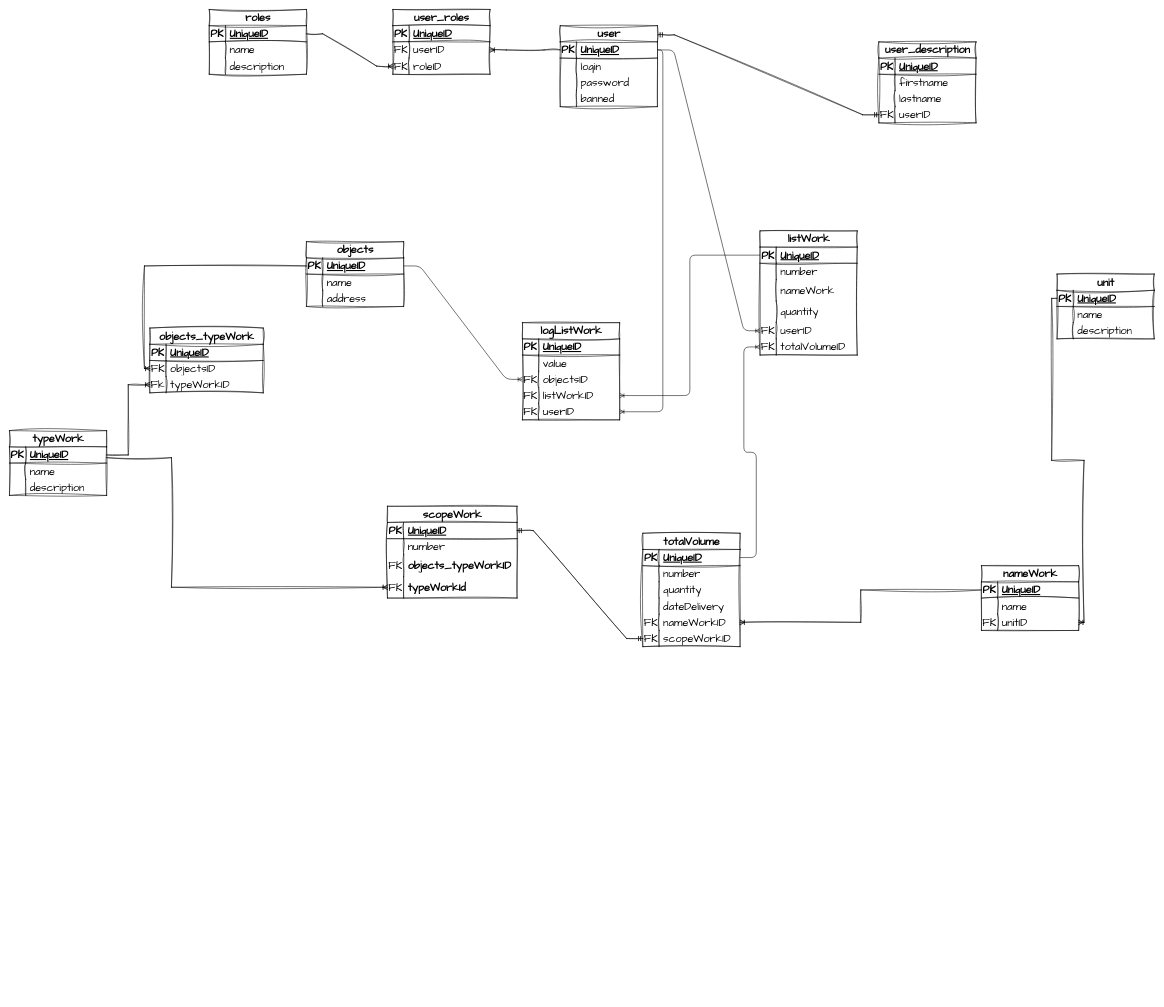
The draw.io diagram scope.drawio in roman-kiselev/scopeWork, before the edit. Source tidied: cells renumbered, new cells numbered last; positions are measured from the earlier drawing's top-left corner, leaving out a move shared by most shapes. Both pictures are drawn from the tidied source at 54%, with x=0, y=0 at pixel (9, 9).
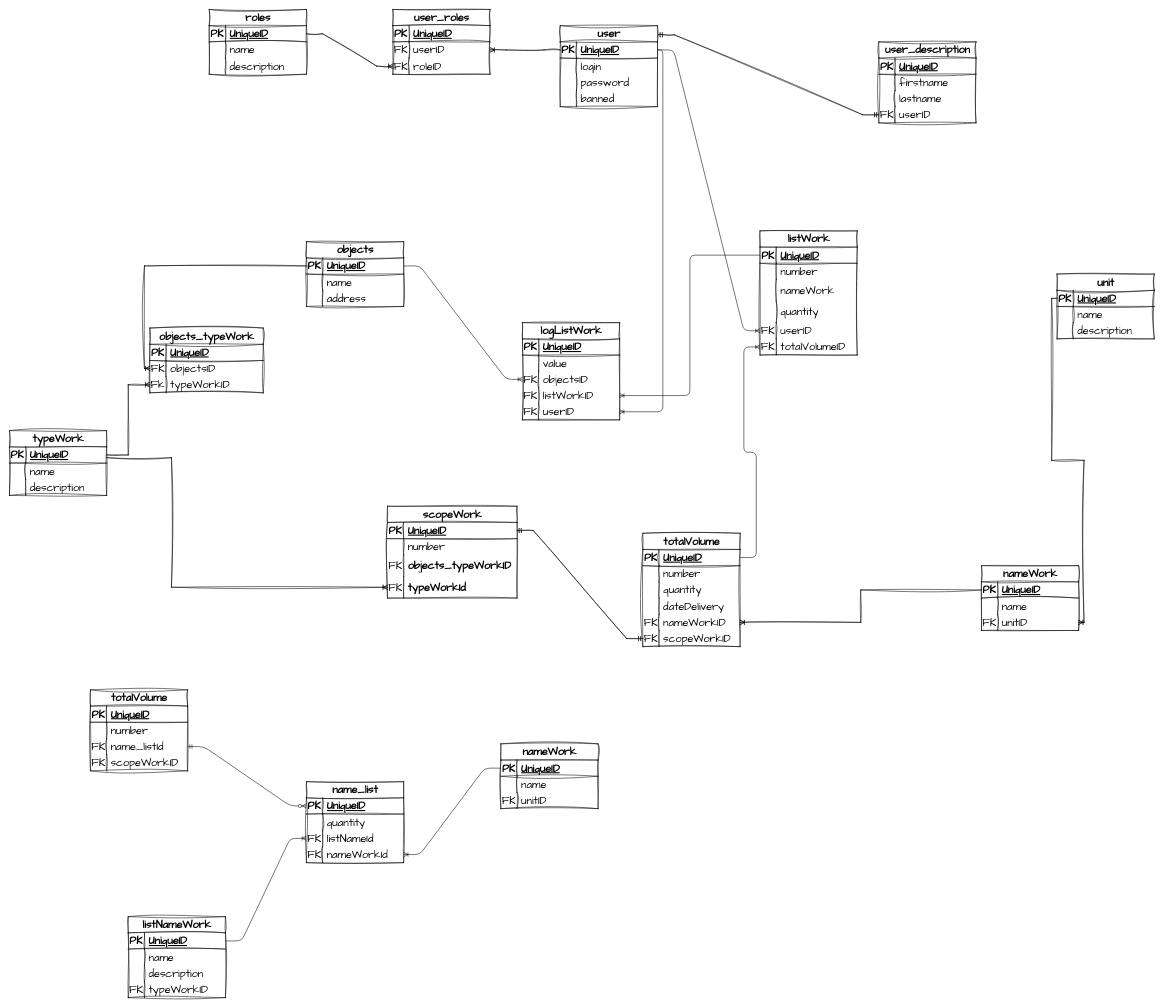
Above is the later version.

What changed in the source:
```diff
@@
+    <mxCell id="179" value="nameWork" style="shape=table;startSize=30;childLayout=tableLayout;rowLines=0;fontStyle=1;align=center;html=1;sketch=1;hachureGap=4;jiggle=2;curveFitting=1;fontFamily=Architects Daughter;fontSize=20;" parent="1" vertex="1">
+      <mxGeometry x="910" y="1360" width="180" height="120" as="geometry" />
+    </mxCell>
+    <mxCell id="180" style="shape=tableRow;horizontal=0;startSize=0;swimlaneHead=0;swimlaneBody=0;fillColor=none;points=[[0,0.5],[1,0.5]];portConstraint=eastwest;top=0;left=0;right=0;bottom=1;sketch=1;hachureGap=4;jiggle=2;curveFitting=1;fontFamily=Architects Daughter;fontSize=20;" parent="179" vertex="1">
+      <mxGeometry y="30" width="180" height="30" as="geometry" />
+    </mxCell>
+    <mxCell id="181" value="PK" style="shape=partialRectangle;fillColor=none;top=0;left=0;bottom=0;right=0;fontStyle=1;overflow=hidden;whiteSpace=wrap;html=1;sketch=1;hachureGap=4;jiggle=2;curveFitting=1;fontFamily=Architects Daughter;fontSize=20;" parent="180" vertex="1">
+      <mxGeometry width="30" height="30" as="geometry" />
+    </mxCell>
+    <mxCell id="182" value="UniqueID" style="shape=partialRectangle;fillColor=none;top=0;left=0;bottom=0;right=0;align=left;spacingLeft=6;fontStyle=5;overflow=hidden;whiteSpace=wrap;html=1;sketch=1;hachureGap=4;jiggle=2;curveFitting=1;fontFamily=Architects Daughter;fontSize=20;" parent="180" vertex="1">
+      <mxGeometry x="30" width="150" height="30" as="geometry" />
+    </mxCell>
+    <mxCell id="183" style="shape=tableRow;horizontal=0;startSize=0;swimlaneHead=0;swimlaneBody=0;fillColor=none;top=0;left=0;right=0;bottom=0;sketch=1;hachureGap=4;jiggle=2;curveFitting=1;fontFamily=Architects Daughter;fontSize=20;" parent="179" vertex="1">
+      <mxGeometry y="60" width="180" height="30" as="geometry" />
+    </mxCell>
+    <mxCell id="184" style="shape=partialRectangle;fillColor=none;top=0;left=0;bottom=0;right=0;overflow=hidden;whiteSpace=wrap;html=1;sketch=1;hachureGap=4;jiggle=2;curveFitting=1;fontFamily=Architects Daughter;fontSize=20;" parent="183" vertex="1">
+      <mxGeometry width="30" height="30" as="geometry" />
+    </mxCell>
+    <mxCell id="185" value="name" style="shape=partialRectangle;fillColor=none;top=0;left=0;bottom=0;right=0;align=left;spacingLeft=6;overflow=hidden;whiteSpace=wrap;html=1;sketch=1;hachureGap=4;jiggle=2;curveFitting=1;fontFamily=Architects Daughter;fontSize=20;" parent="183" vertex="1">
+      <mxGeometry x="30" width="150" height="30" as="geometry" />
+    </mxCell>
+    <mxCell id="186" style="shape=tableRow;horizontal=0;startSize=0;swimlaneHead=0;swimlaneBody=0;fillColor=none;top=0;left=0;right=0;bottom=0;sketch=1;hachureGap=4;jiggle=2;curveFitting=1;fontFamily=Architects Daughter;fontSize=20;" parent="179" vertex="1">
+      <mxGeometry y="90" width="180" height="30" as="geometry" />
+    </mxCell>
+    <mxCell id="187" value="FK" style="shape=partialRectangle;fillColor=none;top=0;left=0;bottom=0;right=0;overflow=hidden;whiteSpace=wrap;html=1;sketch=1;hachureGap=4;jiggle=2;curveFitting=1;fontFamily=Architects Daughter;fontSize=20;" parent="186" vertex="1">
+      <mxGeometry width="30" height="30" as="geometry" />
+    </mxCell>
+    <mxCell id="188" value="unitID" style="shape=partialRectangle;fillColor=none;top=0;left=0;bottom=0;right=0;align=left;spacingLeft=6;overflow=hidden;whiteSpace=wrap;html=1;sketch=1;hachureGap=4;jiggle=2;curveFitting=1;fontFamily=Architects Daughter;fontSize=20;" parent="186" vertex="1">
+      <mxGeometry x="30" width="150" height="30" as="geometry" />
+    </mxCell>
+    <mxCell id="189" value="totalVolume" style="shape=table;startSize=30;childLayout=tableLayout;rowLines=0;fontStyle=1;align=center;html=1;sketch=1;hachureGap=4;jiggle=2;curveFitting=1;fontFamily=Architects Daughter;fontSize=20;" parent="1" vertex="1">
+      <mxGeometry x="150" y="1260" width="180" height="150" as="geometry" />
+    </mxCell>
+    <mxCell id="190" style="shape=tableRow;horizontal=0;startSize=0;swimlaneHead=0;swimlaneBody=0;fillColor=none;top=0;left=0;right=0;bottom=1;sketch=1;hachureGap=4;jiggle=2;curveFitting=1;fontFamily=Architects Daughter;fontSize=20;" parent="189" vertex="1">
+      <mxGeometry y="30" width="180" height="30" as="geometry" />
+    </mxCell>
+    <mxCell id="191" value="PK" style="shape=partialRectangle;fillColor=none;top=0;left=0;bottom=0;right=0;fontStyle=1;overflow=hidden;whiteSpace=wrap;html=1;sketch=1;hachureGap=4;jiggle=2;curveFitting=1;fontFamily=Architects Daughter;fontSize=20;" parent="190" vertex="1">
+      <mxGeometry width="30" height="30" as="geometry" />
+    </mxCell>
+    <mxCell id="192" value="UniqueID" style="shape=partialRectangle;fillColor=none;top=0;left=0;bottom=0;right=0;align=left;spacingLeft=6;fontStyle=5;overflow=hidden;whiteSpace=wrap;html=1;sketch=1;hachureGap=4;jiggle=2;curveFitting=1;fontFamily=Architects Daughter;fontSize=20;" parent="190" vertex="1">
+      <mxGeometry x="30" width="150" height="30" as="geometry" />
+    </mxCell>
+    <mxCell id="193" style="shape=tableRow;horizontal=0;startSize=0;swimlaneHead=0;swimlaneBody=0;fillColor=none;top=0;left=0;right=0;bottom=0;sketch=1;hachureGap=4;jiggle=2;curveFitting=1;fontFamily=Architects Daughter;fontSize=20;" parent="189" vertex="1">
+      <mxGeometry y="60" width="180" height="30" as="geometry" />
+    </mxCell>
+    <mxCell id="194" style="shape=partialRectangle;fillColor=none;top=0;left=0;bottom=0;right=0;overflow=hidden;whiteSpace=wrap;html=1;sketch=1;hachureGap=4;jiggle=2;curveFitting=1;fontFamily=Architects Daughter;fontSize=20;" parent="193" vertex="1">
+      <mxGeometry width="30" height="30" as="geometry" />
+    </mxCell>
+    <mxCell id="195" value="number" style="shape=partialRectangle;fillColor=none;top=0;left=0;bottom=0;right=0;align=left;spacingLeft=6;overflow=hidden;whiteSpace=wrap;html=1;sketch=1;hachureGap=4;jiggle=2;curveFitting=1;fontFamily=Architects Daughter;fontSize=20;" parent="193" vertex="1">
+      <mxGeometry x="30" width="150" height="30" as="geometry" />
+    </mxCell>
+    <mxCell id="196" style="shape=tableRow;horizontal=0;startSize=0;swimlaneHead=0;swimlaneBody=0;fillColor=none;points=[[0,0.5],[1,0.5]];portConstraint=eastwest;top=0;left=0;right=0;bottom=0;sketch=1;hachureGap=4;jiggle=2;curveFitting=1;fontFamily=Architects Daughter;fontSize=20;" parent="189" vertex="1">
+      <mxGeometry y="90" width="180" height="30" as="geometry" />
+    </mxCell>
+    <mxCell id="197" value="FK" style="shape=partialRectangle;fillColor=none;top=0;left=0;bottom=0;right=0;overflow=hidden;whiteSpace=wrap;html=1;sketch=1;hachureGap=4;jiggle=2;curveFitting=1;fontFamily=Architects Daughter;fontSize=20;" parent="196" vertex="1">
+      <mxGeometry width="30" height="30" as="geometry" />
+    </mxCell>
+    <mxCell id="198" value="name_listId" style="shape=partialRectangle;fillColor=none;top=0;left=0;bottom=0;right=0;align=left;spacingLeft=6;overflow=hidden;whiteSpace=wrap;html=1;sketch=1;hachureGap=4;jiggle=2;curveFitting=1;fontFamily=Architects Daughter;fontSize=20;" parent="196" vertex="1">
+      <mxGeometry x="30" width="150" height="30" as="geometry" />
+    </mxCell>
+    <mxCell id="199" style="shape=tableRow;horizontal=0;startSize=0;swimlaneHead=0;swimlaneBody=0;fillColor=none;top=0;left=0;right=0;bottom=0;sketch=1;hachureGap=4;jiggle=2;curveFitting=1;fontFamily=Architects Daughter;fontSize=20;" parent="189" vertex="1">
+      <mxGeometry y="120" width="180" height="30" as="geometry" />
+    </mxCell>
+    <mxCell id="200" value="FK" style="shape=partialRectangle;fillColor=none;top=0;left=0;bottom=0;right=0;overflow=hidden;whiteSpace=wrap;html=1;sketch=1;hachureGap=4;jiggle=2;curveFitting=1;fontFamily=Architects Daughter;fontSize=20;" parent="199" vertex="1">
+      <mxGeometry width="30" height="30" as="geometry" />
+    </mxCell>
+    <mxCell id="201" value="scopeWorkID" style="shape=partialRectangle;fillColor=none;top=0;left=0;bottom=0;right=0;align=left;spacingLeft=6;overflow=hidden;whiteSpace=wrap;html=1;sketch=1;hachureGap=4;jiggle=2;curveFitting=1;fontFamily=Architects Daughter;fontSize=20;" parent="199" vertex="1">
+      <mxGeometry x="30" width="150" height="30" as="geometry" />
+    </mxCell>
+    <mxCell id="202" value="listNameWork" style="shape=table;startSize=30;childLayout=tableLayout;rowLines=0;fontStyle=1;align=center;html=1;sketch=1;hachureGap=4;jiggle=2;curveFitting=1;fontFamily=Architects Daughter;fontSize=20;" parent="1" vertex="1">
+      <mxGeometry x="220" y="1680" width="180" height="150" as="geometry" />
+    </mxCell>
+    <mxCell id="203" style="shape=tableRow;horizontal=0;startSize=0;swimlaneHead=0;swimlaneBody=0;fillColor=none;points=[[0,0.5],[1,0.5]];portConstraint=eastwest;top=0;left=0;right=0;bottom=1;sketch=1;hachureGap=4;jiggle=2;curveFitting=1;fontFamily=Architects Daughter;fontSize=20;" parent="202" vertex="1">
+      <mxGeometry y="30" width="180" height="30" as="geometry" />
+    </mxCell>
+    <mxCell id="204" value="PK" style="shape=partialRectangle;fillColor=none;top=0;left=0;bottom=0;right=0;fontStyle=1;overflow=hidden;whiteSpace=wrap;html=1;sketch=1;hachureGap=4;jiggle=2;curveFitting=1;fontFamily=Architects Daughter;fontSize=20;" parent="203" vertex="1">
+      <mxGeometry width="30" height="30" as="geometry" />
+    </mxCell>
+    <mxCell id="205" value="UniqueID" style="shape=partialRectangle;fillColor=none;top=0;left=0;bottom=0;right=0;align=left;spacingLeft=6;fontStyle=5;overflow=hidden;whiteSpace=wrap;html=1;sketch=1;hachureGap=4;jiggle=2;curveFitting=1;fontFamily=Architects Daughter;fontSize=20;" parent="203" vertex="1">
+      <mxGeometry x="30" width="150" height="30" as="geometry" />
+    </mxCell>
+    <mxCell id="206" style="shape=tableRow;horizontal=0;startSize=0;swimlaneHead=0;swimlaneBody=0;fillColor=none;top=0;left=0;right=0;bottom=0;sketch=1;hachureGap=4;jiggle=2;curveFitting=1;fontFamily=Architects Daughter;fontSize=20;" parent="202" vertex="1">
+      <mxGeometry y="60" width="180" height="30" as="geometry" />
+    </mxCell>
+    <mxCell id="207" style="shape=partialRectangle;fillColor=none;top=0;left=0;bottom=0;right=0;overflow=hidden;whiteSpace=wrap;html=1;sketch=1;hachureGap=4;jiggle=2;curveFitting=1;fontFamily=Architects Daughter;fontSize=20;" parent="206" vertex="1">
+      <mxGeometry width="30" height="30" as="geometry" />
+    </mxCell>
+    <mxCell id="208" value="name" style="shape=partialRectangle;fillColor=none;top=0;left=0;bottom=0;right=0;align=left;spacingLeft=6;overflow=hidden;whiteSpace=wrap;html=1;sketch=1;hachureGap=4;jiggle=2;curveFitting=1;fontFamily=Architects Daughter;fontSize=20;" parent="206" vertex="1">
+      <mxGeometry x="30" width="150" height="30" as="geometry" />
+    </mxCell>
+    <mxCell id="209" style="shape=tableRow;horizontal=0;startSize=0;swimlaneHead=0;swimlaneBody=0;fillColor=none;top=0;left=0;right=0;bottom=0;sketch=1;hachureGap=4;jiggle=2;curveFitting=1;fontFamily=Architects Daughter;fontSize=20;" parent="202" vertex="1">
+      <mxGeometry y="90" width="180" height="30" as="geometry" />
+    </mxCell>
+    <mxCell id="210" style="shape=partialRectangle;fillColor=none;top=0;left=0;bottom=0;right=0;overflow=hidden;whiteSpace=wrap;html=1;sketch=1;hachureGap=4;jiggle=2;curveFitting=1;fontFamily=Architects Daughter;fontSize=20;" parent="209" vertex="1">
+      <mxGeometry width="30" height="30" as="geometry" />
+    </mxCell>
+    <mxCell id="211" value="description" style="shape=partialRectangle;fillColor=none;top=0;left=0;bottom=0;right=0;align=left;spacingLeft=6;overflow=hidden;whiteSpace=wrap;html=1;sketch=1;hachureGap=4;jiggle=2;curveFitting=1;fontFamily=Architects Daughter;fontSize=20;" parent="209" vertex="1">
+      <mxGeometry x="30" width="150" height="30" as="geometry" />
+    </mxCell>
+    <mxCell id="212" style="shape=tableRow;horizontal=0;startSize=0;swimlaneHead=0;swimlaneBody=0;fillColor=none;top=0;left=0;right=0;bottom=0;sketch=1;hachureGap=4;jiggle=2;curveFitting=1;fontFamily=Architects Daughter;fontSize=20;" parent="202" vertex="1">
+      <mxGeometry y="120" width="180" height="30" as="geometry" />
+    </mxCell>
+    <mxCell id="213" value="FK" style="shape=partialRectangle;fillColor=none;top=0;left=0;bottom=0;right=0;overflow=hidden;whiteSpace=wrap;html=1;sketch=1;hachureGap=4;jiggle=2;curveFitting=1;fontFamily=Architects Daughter;fontSize=20;" parent="212" vertex="1">
+      <mxGeometry width="30" height="30" as="geometry" />
+    </mxCell>
+    <mxCell id="214" value="typeWorkID" style="shape=partialRectangle;fillColor=none;top=0;left=0;bottom=0;right=0;align=left;spacingLeft=6;overflow=hidden;whiteSpace=wrap;html=1;sketch=1;hachureGap=4;jiggle=2;curveFitting=1;fontFamily=Architects Daughter;fontSize=20;" parent="212" vertex="1">
+      <mxGeometry x="30" width="150" height="30" as="geometry" />
+    </mxCell>
+    <mxCell id="215" value="name_list" style="shape=table;startSize=30;childLayout=tableLayout;rowLines=0;fontStyle=1;align=center;html=1;sketch=1;hachureGap=4;jiggle=2;curveFitting=1;fontFamily=Architects Daughter;fontSize=20;" parent="1" vertex="1">
+      <mxGeometry x="550" y="1430" width="180" height="150" as="geometry" />
+    </mxCell>
+    <mxCell id="216" style="shape=tableRow;horizontal=0;startSize=0;swimlaneHead=0;swimlaneBody=0;fillColor=none;points=[[0,0.5],[1,0.5]];portConstraint=eastwest;top=0;left=0;right=0;bottom=1;sketch=1;hachureGap=4;jiggle=2;curveFitting=1;fontFamily=Architects Daughter;fontSize=20;" parent="215" vertex="1">
+      <mxGeometry y="30" width="180" height="30" as="geometry" />
+    </mxCell>
+    <mxCell id="217" value="PK" style="shape=partialRectangle;fillColor=none;top=0;left=0;bottom=0;right=0;fontStyle=1;overflow=hidden;whiteSpace=wrap;html=1;sketch=1;hachureGap=4;jiggle=2;curveFitting=1;fontFamily=Architects Daughter;fontSize=20;" parent="216" vertex="1">
+      <mxGeometry width="30" height="30" as="geometry" />
+    </mxCell>
+    <mxCell id="218" value="UniqueID" style="shape=partialRectangle;fillColor=none;top=0;left=0;bottom=0;right=0;align=left;spacingLeft=6;fontStyle=5;overflow=hidden;whiteSpace=wrap;html=1;sketch=1;hachureGap=4;jiggle=2;curveFitting=1;fontFamily=Architects Daughter;fontSize=20;" parent="216" vertex="1">
+      <mxGeometry x="30" width="150" height="30" as="geometry" />
+    </mxCell>
+    <mxCell id="219" style="shape=tableRow;horizontal=0;startSize=0;swimlaneHead=0;swimlaneBody=0;fillColor=none;top=0;left=0;right=0;bottom=0;sketch=1;hachureGap=4;jiggle=2;curveFitting=1;fontFamily=Architects Daughter;fontSize=20;" parent="215" vertex="1">
+      <mxGeometry y="60" width="180" height="30" as="geometry" />
+    </mxCell>
+    <mxCell id="220" style="shape=partialRectangle;fillColor=none;top=0;left=0;bottom=0;right=0;overflow=hidden;whiteSpace=wrap;html=1;sketch=1;hachureGap=4;jiggle=2;curveFitting=1;fontFamily=Architects Daughter;fontSize=20;" parent="219" vertex="1">
+      <mxGeometry width="30" height="30" as="geometry" />
+    </mxCell>
+    <mxCell id="221" value="quantity" style="shape=partialRectangle;fillColor=none;top=0;left=0;bottom=0;right=0;align=left;spacingLeft=6;overflow=hidden;whiteSpace=wrap;html=1;sketch=1;hachureGap=4;jiggle=2;curveFitting=1;fontFamily=Architects Daughter;fontSize=20;" parent="219" vertex="1">
+      <mxGeometry x="30" width="150" height="30" as="geometry" />
+    </mxCell>
+    <mxCell id="222" style="shape=tableRow;horizontal=0;startSize=0;swimlaneHead=0;swimlaneBody=0;fillColor=none;points=[[0,0.5],[1,0.5]];portConstraint=eastwest;top=0;left=0;right=0;bottom=0;sketch=1;hachureGap=4;jiggle=2;curveFitting=1;fontFamily=Architects Daughter;fontSize=20;" parent="215" vertex="1">
+      <mxGeometry y="90" width="180" height="30" as="geometry" />
+    </mxCell>
+    <mxCell id="223" value="FK" style="shape=partialRectangle;fillColor=none;top=0;left=0;bottom=0;right=0;overflow=hidden;whiteSpace=wrap;html=1;sketch=1;hachureGap=4;jiggle=2;curveFitting=1;fontFamily=Architects Daughter;fontSize=20;" parent="222" vertex="1">
+      <mxGeometry width="30" height="30" as="geometry" />
+    </mxCell>
+    <mxCell id="224" value="listNameId" style="shape=partialRectangle;fillColor=none;top=0;left=0;bottom=0;right=0;align=left;spacingLeft=6;overflow=hidden;whiteSpace=wrap;html=1;sketch=1;hachureGap=4;jiggle=2;curveFitting=1;fontFamily=Architects Daughter;fontSize=20;" parent="222" vertex="1">
+      <mxGeometry x="30" width="150" height="30" as="geometry" />
+    </mxCell>
+    <mxCell id="225" style="shape=tableRow;horizontal=0;startSize=0;swimlaneHead=0;swimlaneBody=0;fillColor=none;points=[[0,0.5],[1,0.5]];portConstraint=eastwest;top=0;left=0;right=0;bottom=0;sketch=1;hachureGap=4;jiggle=2;curveFitting=1;fontFamily=Architects Daughter;fontSize=20;" parent="215" vertex="1">
+      <mxGeometry y="120" width="180" height="30" as="geometry" />
+    </mxCell>
+    <mxCell id="226" value="FK" style="shape=partialRectangle;fillColor=none;top=0;left=0;bottom=0;right=0;overflow=hidden;whiteSpace=wrap;html=1;sketch=1;hachureGap=4;jiggle=2;curveFitting=1;fontFamily=Architects Daughter;fontSize=20;" parent="225" vertex="1">
+      <mxGeometry width="30" height="30" as="geometry" />
+    </mxCell>
+    <mxCell id="227" value="nameWorkId" style="shape=partialRectangle;fillColor=none;top=0;left=0;bottom=0;right=0;align=left;spacingLeft=6;overflow=hidden;whiteSpace=wrap;html=1;sketch=1;hachureGap=4;jiggle=2;curveFitting=1;fontFamily=Architects Daughter;fontSize=20;" parent="225" vertex="1">
+      <mxGeometry x="30" width="150" height="30" as="geometry" />
+    </mxCell>
+    <mxCell id="228" style="edgeStyle=entityRelationEdgeStyle;fontSize=12;html=1;endArrow=ERoneToMany;exitX=1;exitY=0.5;exitDx=0;exitDy=0;entryX=0;entryY=0.5;entryDx=0;entryDy=0;" parent="1" edge="1" source="203" target="222">
+      <mxGeometry relative="1" as="geometry" />
+    </mxCell>
+    <mxCell id="229" style="edgeStyle=entityRelationEdgeStyle;fontSize=12;html=1;endArrow=ERoneToMany;exitX=0;exitY=0.5;exitDx=0;exitDy=0;entryX=1;entryY=0.5;entryDx=0;entryDy=0;" parent="1" edge="1" source="180" target="225">
+      <mxGeometry relative="1" as="geometry" />
+    </mxCell>
+    <mxCell id="230" style="edgeStyle=entityRelationEdgeStyle;fontSize=12;html=1;endArrow=ERzeroToMany;startArrow=ERmandOne;exitX=1;exitY=0.5;exitDx=0;exitDy=0;entryX=0;entryY=0.5;entryDx=0;entryDy=0;" parent="1" edge="1" source="196" target="216">
+      <mxGeometry relative="1" as="geometry" />
+    </mxCell>
```
